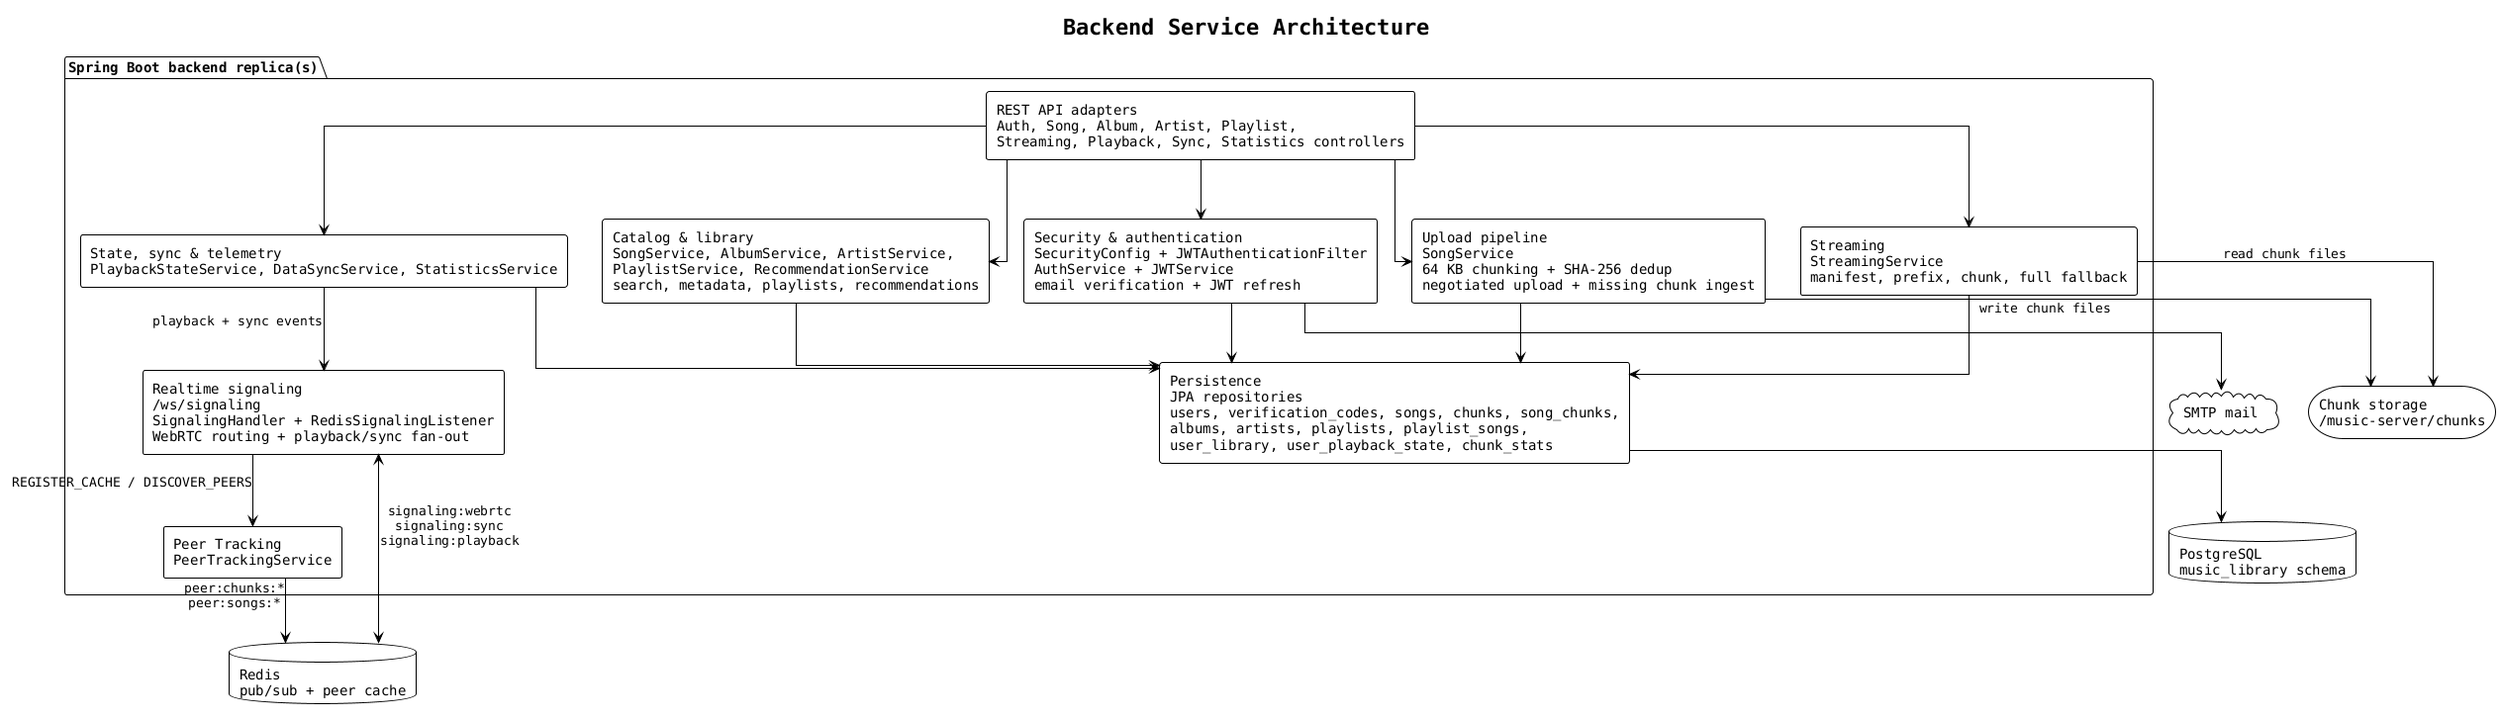
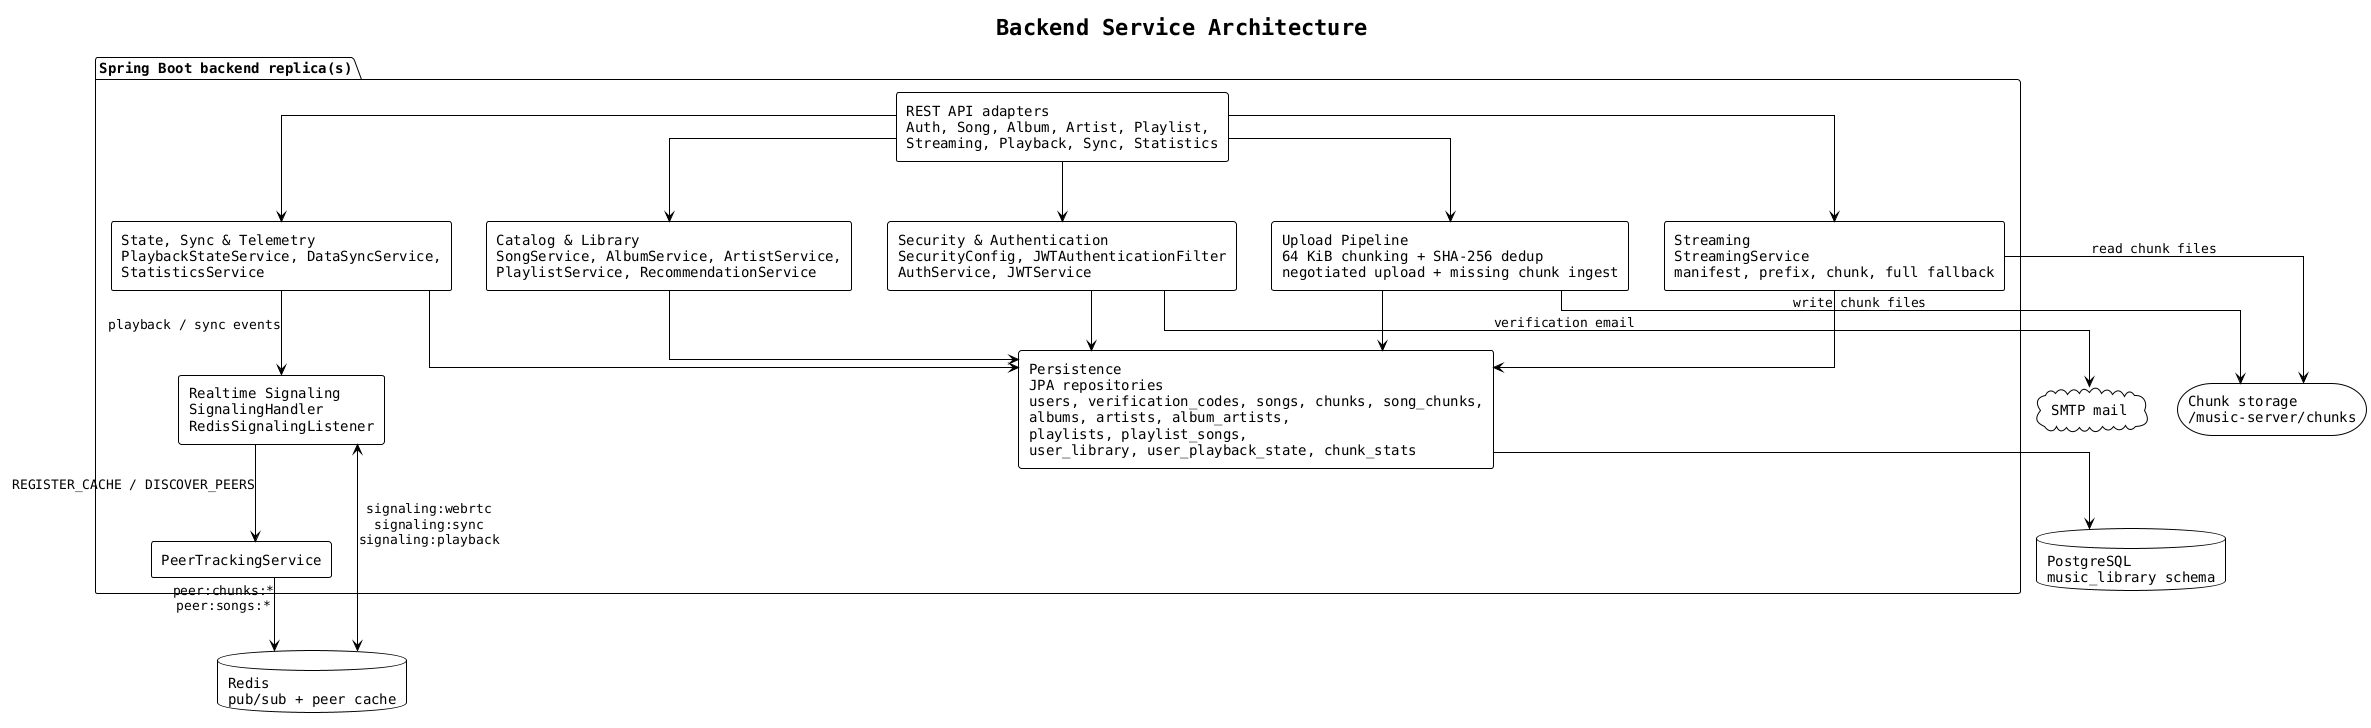
@startuml backend_architecture
!theme plain
skinparam componentStyle rectangle
skinparam linetype ortho
skinparam defaultFontName monospaced

title Backend Service Architecture

package "Spring Boot backend replica(s)" {
-   [REST API adapters\nAuth, Song, Album, Artist, Playlist,\nStreaming, Playback, Sync, Statistics controllers] as api
+   [REST API adapters\nAuth, Song, Album, Artist, Playlist,\nStreaming, Playback, Sync, Statistics] as api

-   [Security & authentication\nSecurityConfig + JWTAuthenticationFilter\nAuthService + JWTService\nemail verification + JWT refresh] as auth
+   [Security & Authentication\nSecurityConfig, JWTAuthenticationFilter\nAuthService, JWTService] as auth

-   [Catalog & library\nSongService, AlbumService, ArtistService,\nPlaylistService, RecommendationService\nsearch, metadata, playlists, recommendations] as catalog
+   [Catalog & Library\nSongService, AlbumService, ArtistService,\nPlaylistService, RecommendationService] as catalog

-   [Upload pipeline\nSongService\n64 KB chunking + SHA-256 dedup\nnegotiated upload + missing chunk ingest] as upload
+   [Upload Pipeline\n64 KiB chunking + SHA-256 dedup\nnegotiated upload + missing chunk ingest] as upload

  [Streaming\nStreamingService\nmanifest, prefix, chunk, full fallback] as streaming

-   [State, sync & telemetry\nPlaybackStateService, DataSyncService, StatisticsService] as userState
+   [State, Sync & Telemetry\nPlaybackStateService, DataSyncService,\nStatisticsService] as userState

-   [Realtime signaling\n/ws/signaling\nSignalingHandler + RedisSignalingListener\nWebRTC routing + playback/sync fan-out] as signaling
+   [Realtime Signaling\nSignalingHandler\nRedisSignalingListener] as signaling

-   [Peer Tracking\nPeerTrackingService] as peerTracking
+   [PeerTrackingService] as peerTracking

-   [Persistence\nJPA repositories\nusers, verification_codes, songs, chunks, song_chunks,\nalbums, artists, playlists, playlist_songs,\nuser_library, user_playback_state, chunk_stats] as repos
+   [Persistence\nJPA repositories\nusers, verification_codes, songs, chunks, song_chunks,\nalbums, artists, album_artists,\nplaylists, playlist_songs,\nuser_library, user_playback_state, chunk_stats] as repos
}

database "PostgreSQL\nmusic_library schema" as postgres
database "Redis\npub/sub + peer cache" as redis
storage "Chunk storage\n~/music-server/chunks" as fs
cloud "SMTP mail" as mail

api --> auth
api --> catalog
api --> upload
api --> streaming
api --> userState

- auth --> repos
- auth --> mail
+ auth     --> repos
+ catalog  --> repos
+ upload   --> repos
+ streaming --> repos
+ userState --> repos

- catalog --> repos
- upload --> repos
- upload --> fs : write chunk files
+ auth     --> mail : verification email
+ upload   --> fs   : write chunk files
+ streaming --> fs  : read chunk files

- streaming --> repos
- streaming --> fs : read chunk files
- 
- userState --> repos
- userState --> signaling : playback + sync events
- 
+ userState --> signaling : playback / sync events
signaling --> peerTracking : REGISTER_CACHE / DISCOVER_PEERS
signaling <--> redis : signaling:webrtc\nsignaling:sync\nsignaling:playback
peerTracking --> redis : peer:chunks:*\npeer:songs:*

repos --> postgres

- @enduml+ @enduml
